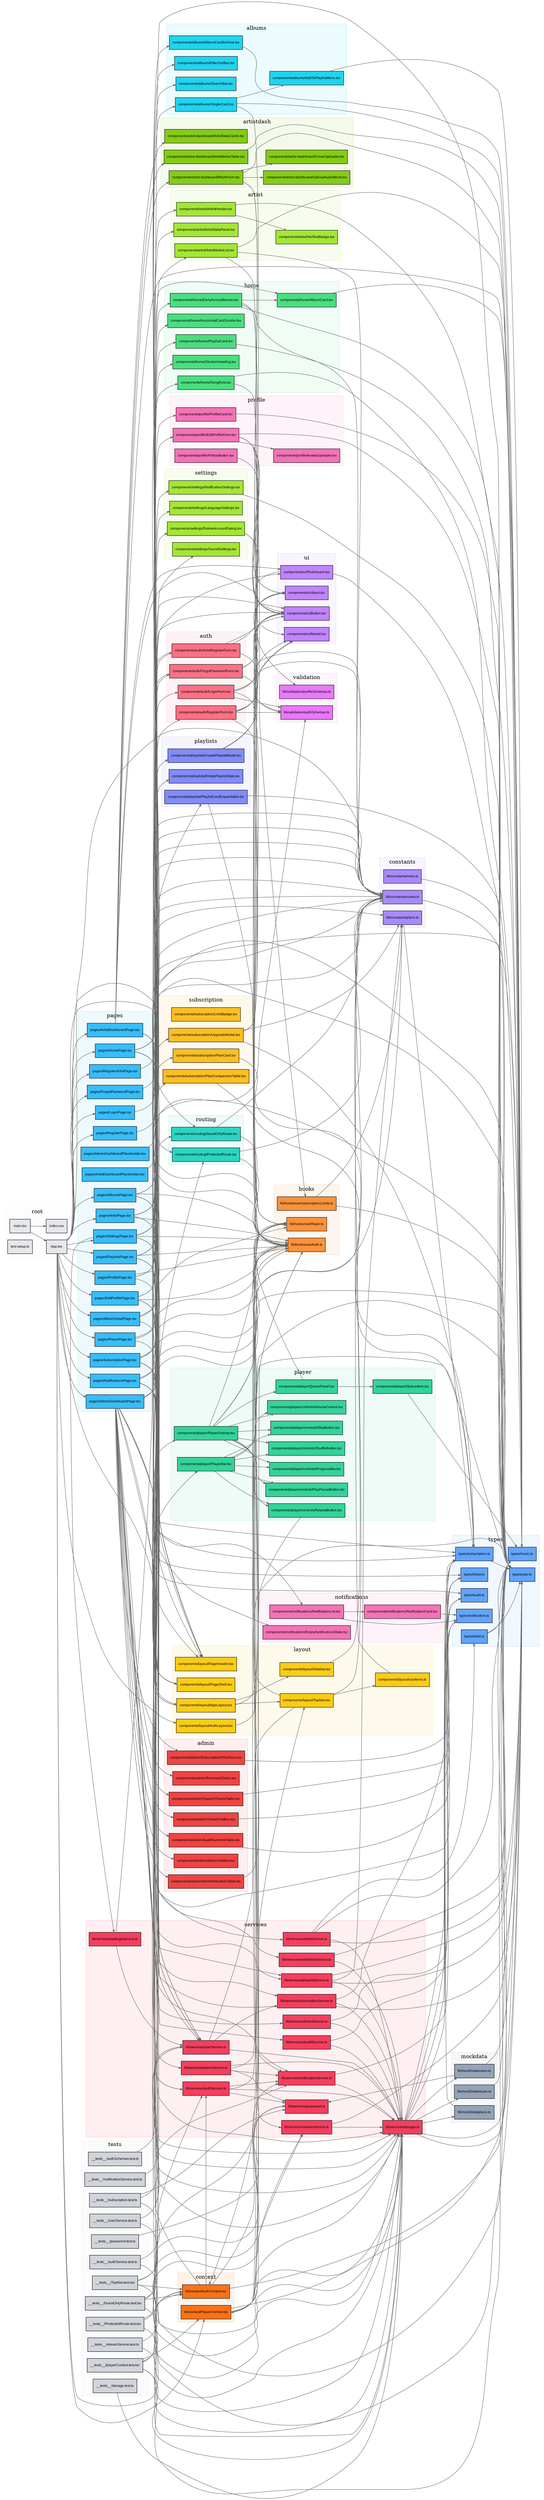
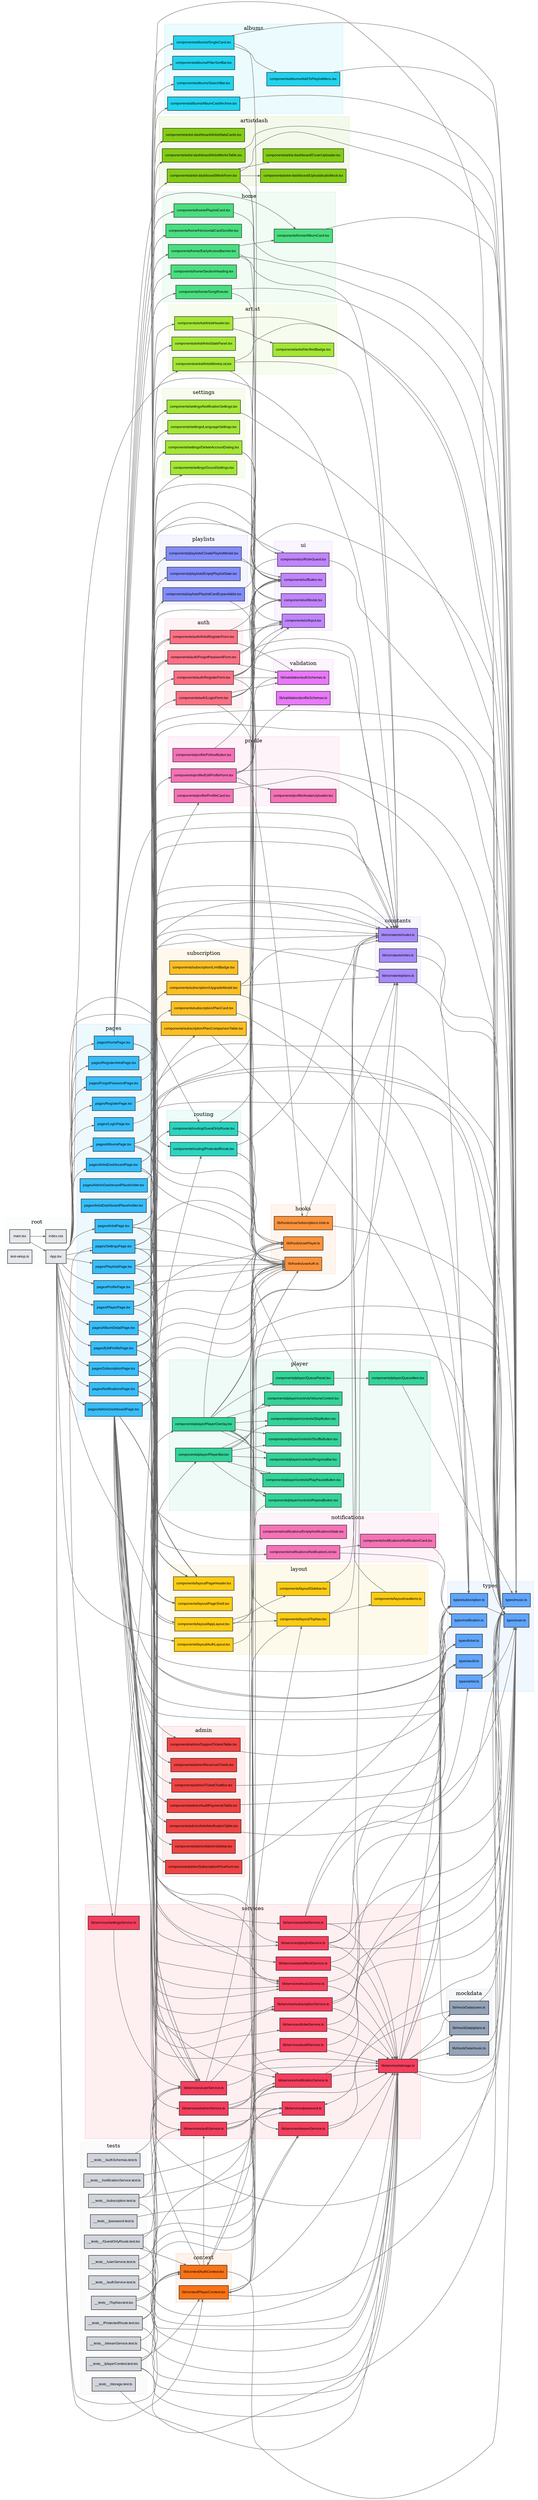
digraph G {
  rankdir=LR;
  node [shape=box, style=filled, fontname="Arial", fontsize=9];
  edge [color="#666666", arrowsize=0.6];
  compound=true;

  subgraph cluster_root {
    label="root";
    style=filled;
    color="#e5e7eb40";
    fillcolor="#e5e7eb15";
    "App.tsx" [fillcolor="#e5e7eb"];
    "index.css" [fillcolor="#e5e7eb"];
    "main.tsx" [fillcolor="#e5e7eb"];
    "test-setup.ts" [fillcolor="#e5e7eb"];
  }

  subgraph cluster_tests {
    label="tests";
    style=filled;
    color="#d1d5db40";
    fillcolor="#d1d5db15";
    "__tests__/GuestOnlyRoute.test.tsx" [fillcolor="#d1d5db"];
    "__tests__/ProtectedRoute.test.tsx" [fillcolor="#d1d5db"];
    "__tests__/TopNav.test.tsx" [fillcolor="#d1d5db"];
    "__tests__/authSchemas.test.ts" [fillcolor="#d1d5db"];
    "__tests__/authService.test.ts" [fillcolor="#d1d5db"];
    "__tests__/notificationService.test.ts" [fillcolor="#d1d5db"];
    "__tests__/password.test.ts" [fillcolor="#d1d5db"];
    "__tests__/playerContext.test.tsx" [fillcolor="#d1d5db"];
    "__tests__/storage.test.ts" [fillcolor="#d1d5db"];
    "__tests__/streamService.test.ts" [fillcolor="#d1d5db"];
    "__tests__/subscription.test.ts" [fillcolor="#d1d5db"];
    "__tests__/userService.test.ts" [fillcolor="#d1d5db"];
  }

  subgraph cluster_admin {
    label="admin";
    style=filled;
    color="#ef444440";
    fillcolor="#ef444415";
    "components/admin/AdminSidebar.tsx" [fillcolor="#ef4444"];
    "components/admin/ArtistVerificationTable.tsx" [fillcolor="#ef4444"];
    "components/admin/AuditPaymentsTable.tsx" [fillcolor="#ef4444"];
    "components/admin/RevenueCharts.tsx" [fillcolor="#ef4444"];
    "components/admin/SubscriptionPriceForm.tsx" [fillcolor="#ef4444"];
    "components/admin/SupportTicketsTable.tsx" [fillcolor="#ef4444"];
    "components/admin/TicketChatBox.tsx" [fillcolor="#ef4444"];
  }

  subgraph cluster_albums {
    label="albums";
    style=filled;
    color="#22d3ee40";
    fillcolor="#22d3ee15";
    "components/albums/AddToPlaylistMenu.tsx" [fillcolor="#22d3ee"];
    "components/albums/AlbumCardArchive.tsx" [fillcolor="#22d3ee"];
    "components/albums/FilterSortBar.tsx" [fillcolor="#22d3ee"];
    "components/albums/SearchBar.tsx" [fillcolor="#22d3ee"];
    "components/albums/SingleCard.tsx" [fillcolor="#22d3ee"];
  }

  subgraph cluster_artistdash {
    label="artistdash";
    style=filled;
    color="#84cc1640";
    fillcolor="#84cc1615";
    "components/artist-dashboard/ArtistStatsCards.tsx" [fillcolor="#84cc16"];
    "components/artist-dashboard/ArtistWorksTable.tsx" [fillcolor="#84cc16"];
    "components/artist-dashboard/CoverUploader.tsx" [fillcolor="#84cc16"];
    "components/artist-dashboard/UploadAudioMock.tsx" [fillcolor="#84cc16"];
    "components/artist-dashboard/WorkForm.tsx" [fillcolor="#84cc16"];
  }

  subgraph cluster_artist {
    label="artist";
    style=filled;
    color="#a3e63540";
    fillcolor="#a3e63515";
    "components/artist/ArtistHeader.tsx" [fillcolor="#a3e635"];
    "components/artist/ArtistStatsPanel.tsx" [fillcolor="#a3e635"];
    "components/artist/ArtistWorksList.tsx" [fillcolor="#a3e635"];
    "components/artist/VerifiedBadge.tsx" [fillcolor="#a3e635"];
  }

  subgraph cluster_auth {
    label="auth";
    style=filled;
    color="#fb718540";
    fillcolor="#fb718515";
    "components/auth/ArtistRegisterForm.tsx" [fillcolor="#fb7185"];
    "components/auth/ForgotPasswordForm.tsx" [fillcolor="#fb7185"];
    "components/auth/LoginForm.tsx" [fillcolor="#fb7185"];
    "components/auth/RegisterForm.tsx" [fillcolor="#fb7185"];
  }

  subgraph cluster_home {
    label="home";
    style=filled;
    color="#4ade8040";
    fillcolor="#4ade8015";
    "components/home/AlbumCard.tsx" [fillcolor="#4ade80"];
    "components/home/EarlyAccessBanner.tsx" [fillcolor="#4ade80"];
    "components/home/HorizontalCardScroller.tsx" [fillcolor="#4ade80"];
    "components/home/PlaylistCard.tsx" [fillcolor="#4ade80"];
    "components/home/SectionHeading.tsx" [fillcolor="#4ade80"];
    "components/home/SongRow.tsx" [fillcolor="#4ade80"];
  }

  subgraph cluster_layout {
    label="layout";
    style=filled;
    color="#facc1540";
    fillcolor="#facc1515";
    "components/layout/AppLayout.tsx" [fillcolor="#facc15"];
    "components/layout/AuthLayout.tsx" [fillcolor="#facc15"];
    "components/layout/PageHeader.tsx" [fillcolor="#facc15"];
    "components/layout/PageShell.tsx" [fillcolor="#facc15"];
    "components/layout/Sidebar.tsx" [fillcolor="#facc15"];
    "components/layout/TopNav.tsx" [fillcolor="#facc15"];
    "components/layout/navItems.ts" [fillcolor="#facc15"];
  }

  subgraph cluster_notifications {
    label="notifications";
    style=filled;
    color="#f472b640";
    fillcolor="#f472b615";
    "components/notifications/EmptyNotificationsState.tsx" [fillcolor="#f472b6"];
    "components/notifications/NotificationCard.tsx" [fillcolor="#f472b6"];
    "components/notifications/NotificationList.tsx" [fillcolor="#f472b6"];
  }

  subgraph cluster_player {
    label="player";
    style=filled;
    color="#34d39940";
    fillcolor="#34d39915";
    "components/player/PlayerBar.tsx" [fillcolor="#34d399"];
    "components/player/PlayerOverlay.tsx" [fillcolor="#34d399"];
    "components/player/QueueItem.tsx" [fillcolor="#34d399"];
    "components/player/QueuePanel.tsx" [fillcolor="#34d399"];
    "components/player/controls/PlayPauseButton.tsx" [fillcolor="#34d399"];
    "components/player/controls/ProgressBar.tsx" [fillcolor="#34d399"];
    "components/player/controls/RepeatButton.tsx" [fillcolor="#34d399"];
    "components/player/controls/ShuffleButton.tsx" [fillcolor="#34d399"];
    "components/player/controls/SkipButton.tsx" [fillcolor="#34d399"];
    "components/player/controls/VolumeControl.tsx" [fillcolor="#34d399"];
  }

  subgraph cluster_playlists {
    label="playlists";
    style=filled;
    color="#818cf840";
    fillcolor="#818cf815";
    "components/playlists/CreatePlaylistModal.tsx" [fillcolor="#818cf8"];
    "components/playlists/EmptyPlaylistState.tsx" [fillcolor="#818cf8"];
    "components/playlists/PlaylistCardExpandable.tsx" [fillcolor="#818cf8"];
  }

  subgraph cluster_profile {
    label="profile";
    style=filled;
    color="#f472b640";
    fillcolor="#f472b615";
    "components/profile/AvatarUploader.tsx" [fillcolor="#f472b6"];
    "components/profile/EditProfileForm.tsx" [fillcolor="#f472b6"];
    "components/profile/FollowButton.tsx" [fillcolor="#f472b6"];
    "components/profile/ProfileCard.tsx" [fillcolor="#f472b6"];
  }

  subgraph cluster_routing {
    label="routing";
    style=filled;
    color="#2dd4bf40";
    fillcolor="#2dd4bf15";
    "components/routing/GuestOnlyRoute.tsx" [fillcolor="#2dd4bf"];
    "components/routing/ProtectedRoute.tsx" [fillcolor="#2dd4bf"];
  }

  subgraph cluster_settings {
    label="settings";
    style=filled;
    color="#a3e63540";
    fillcolor="#a3e63515";
    "components/settings/DeleteAccountDialog.tsx" [fillcolor="#a3e635"];
    "components/settings/LanguageSettings.tsx" [fillcolor="#a3e635"];
    "components/settings/NotificationSettings.tsx" [fillcolor="#a3e635"];
    "components/settings/SoundSettings.tsx" [fillcolor="#a3e635"];
  }

  subgraph cluster_subscription {
    label="subscription";
    style=filled;
    color="#fbbf2440";
    fillcolor="#fbbf2415";
    "components/subscription/LimitBadge.tsx" [fillcolor="#fbbf24"];
    "components/subscription/PlanCard.tsx" [fillcolor="#fbbf24"];
    "components/subscription/PlanComparisonTable.tsx" [fillcolor="#fbbf24"];
    "components/subscription/UpgradeModal.tsx" [fillcolor="#fbbf24"];
  }

  subgraph cluster_ui {
    label="ui";
    style=filled;
    color="#c084fc40";
    fillcolor="#c084fc15";
    "components/ui/Button.tsx" [fillcolor="#c084fc"];
    "components/ui/Input.tsx" [fillcolor="#c084fc"];
    "components/ui/Modal.tsx" [fillcolor="#c084fc"];
    "components/ui/RoleGuard.tsx" [fillcolor="#c084fc"];
  }

  subgraph cluster_constants {
    label="constants";
    style=filled;
    color="#a78bfa40";
    fillcolor="#a78bfa15";
    "lib/constants/plans.ts" [fillcolor="#a78bfa"];
    "lib/constants/roles.ts" [fillcolor="#a78bfa"];
    "lib/constants/routes.ts" [fillcolor="#a78bfa"];
  }

  subgraph cluster_context {
    label="context";
    style=filled;
    color="#f9731640";
    fillcolor="#f9731615";
    "lib/context/AuthContext.tsx" [fillcolor="#f97316"];
    "lib/context/PlayerContext.tsx" [fillcolor="#f97316"];
  }

  subgraph cluster_hooks {
    label="hooks";
    style=filled;
    color="#fb923c40";
    fillcolor="#fb923c15";
    "lib/hooks/useAuth.ts" [fillcolor="#fb923c"];
    "lib/hooks/usePlayer.ts" [fillcolor="#fb923c"];
    "lib/hooks/useSubscriptionLimits.ts" [fillcolor="#fb923c"];
  }

  subgraph cluster_mockdata {
    label="mockdata";
    style=filled;
    color="#94a3b840";
    fillcolor="#94a3b815";
    "lib/mockData/music.ts" [fillcolor="#94a3b8"];
    "lib/mockData/plans.ts" [fillcolor="#94a3b8"];
    "lib/mockData/users.ts" [fillcolor="#94a3b8"];
  }

  subgraph cluster_services {
    label="services";
    style=filled;
    color="#f43f5e40";
    fillcolor="#f43f5e15";
    "lib/services/adminService.ts" [fillcolor="#f43f5e"];
    "lib/services/artistService.ts" [fillcolor="#f43f5e"];
    "lib/services/artistWorkService.ts" [fillcolor="#f43f5e"];
    "lib/services/auditService.ts" [fillcolor="#f43f5e"];
    "lib/services/authService.ts" [fillcolor="#f43f5e"];
+     "lib/services/musicService.ts" [fillcolor="#f43f5e"];
    "lib/services/notificationService.ts" [fillcolor="#f43f5e"];
    "lib/services/password.ts" [fillcolor="#f43f5e"];
    "lib/services/playlistService.ts" [fillcolor="#f43f5e"];
    "lib/services/settingsService.ts" [fillcolor="#f43f5e"];
    "lib/services/storage.ts" [fillcolor="#f43f5e"];
    "lib/services/streamService.ts" [fillcolor="#f43f5e"];
    "lib/services/subscriptionService.ts" [fillcolor="#f43f5e"];
    "lib/services/ticketService.ts" [fillcolor="#f43f5e"];
    "lib/services/userService.ts" [fillcolor="#f43f5e"];
  }

  subgraph cluster_validation {
    label="validation";
    style=filled;
    color="#e879f940";
    fillcolor="#e879f915";
    "lib/validation/authSchemas.ts" [fillcolor="#e879f9"];
    "lib/validation/profileSchemas.ts" [fillcolor="#e879f9"];
  }

  subgraph cluster_pages {
    label="pages";
    style=filled;
    color="#38bdf840";
    fillcolor="#38bdf815";
    "pages/AdminDashboardPage.tsx" [fillcolor="#38bdf8"];
    "pages/AdminDashboardPlaceholder.tsx" [fillcolor="#38bdf8"];
    "pages/AlbumDetailPage.tsx" [fillcolor="#38bdf8"];
    "pages/AlbumsPage.tsx" [fillcolor="#38bdf8"];
    "pages/ArtistDashboardPage.tsx" [fillcolor="#38bdf8"];
    "pages/ArtistDashboardPlaceholder.tsx" [fillcolor="#38bdf8"];
    "pages/ArtistPage.tsx" [fillcolor="#38bdf8"];
    "pages/EditProfilePage.tsx" [fillcolor="#38bdf8"];
    "pages/ForgotPasswordPage.tsx" [fillcolor="#38bdf8"];
    "pages/HomePage.tsx" [fillcolor="#38bdf8"];
    "pages/LoginPage.tsx" [fillcolor="#38bdf8"];
    "pages/NotificationsPage.tsx" [fillcolor="#38bdf8"];
    "pages/PlayerPage.tsx" [fillcolor="#38bdf8"];
    "pages/PlaylistsPage.tsx" [fillcolor="#38bdf8"];
    "pages/ProfilePage.tsx" [fillcolor="#38bdf8"];
    "pages/RegisterArtistPage.tsx" [fillcolor="#38bdf8"];
    "pages/RegisterPage.tsx" [fillcolor="#38bdf8"];
    "pages/SettingsPage.tsx" [fillcolor="#38bdf8"];
    "pages/SubscriptionPage.tsx" [fillcolor="#38bdf8"];
  }

  subgraph cluster_types {
    label="types";
    style=filled;
    color="#60a5fa40";
    fillcolor="#60a5fa15";
    "types/artist.ts" [fillcolor="#60a5fa"];
    "types/audit.ts" [fillcolor="#60a5fa"];
    "types/music.ts" [fillcolor="#60a5fa"];
    "types/notification.ts" [fillcolor="#60a5fa"];
    "types/subscription.ts" [fillcolor="#60a5fa"];
    "types/ticket.ts" [fillcolor="#60a5fa"];
    "types/user.ts" [fillcolor="#60a5fa"];
  }

  "App.tsx" -> "components/layout/AppLayout.tsx";
  "App.tsx" -> "components/layout/AuthLayout.tsx";
  "App.tsx" -> "components/routing/GuestOnlyRoute.tsx";
  "App.tsx" -> "components/routing/ProtectedRoute.tsx";
  "App.tsx" -> "lib/constants/routes.ts";
  "App.tsx" -> "lib/context/AuthContext.tsx";
  "App.tsx" -> "lib/context/PlayerContext.tsx";
  "App.tsx" -> "pages/AdminDashboardPage.tsx";
  "App.tsx" -> "pages/AlbumDetailPage.tsx";
  "App.tsx" -> "pages/AlbumsPage.tsx";
  "App.tsx" -> "pages/ArtistDashboardPage.tsx";
  "App.tsx" -> "pages/ArtistPage.tsx";
  "App.tsx" -> "pages/EditProfilePage.tsx";
  "App.tsx" -> "pages/ForgotPasswordPage.tsx";
  "App.tsx" -> "pages/HomePage.tsx";
  "App.tsx" -> "pages/LoginPage.tsx";
  "App.tsx" -> "pages/NotificationsPage.tsx";
  "App.tsx" -> "pages/PlayerPage.tsx";
  "App.tsx" -> "pages/PlaylistsPage.tsx";
  "App.tsx" -> "pages/ProfilePage.tsx";
  "App.tsx" -> "pages/RegisterArtistPage.tsx";
  "App.tsx" -> "pages/RegisterPage.tsx";
  "App.tsx" -> "pages/SettingsPage.tsx";
  "App.tsx" -> "pages/SubscriptionPage.tsx";
  "__tests__/GuestOnlyRoute.test.tsx" -> "components/routing/GuestOnlyRoute.tsx";
  "__tests__/GuestOnlyRoute.test.tsx" -> "lib/context/AuthContext.tsx";
  "__tests__/GuestOnlyRoute.test.tsx" -> "lib/services/password.ts";
  "__tests__/GuestOnlyRoute.test.tsx" -> "lib/services/storage.ts";
  "__tests__/ProtectedRoute.test.tsx" -> "components/routing/ProtectedRoute.tsx";
  "__tests__/ProtectedRoute.test.tsx" -> "lib/context/AuthContext.tsx";
  "__tests__/ProtectedRoute.test.tsx" -> "lib/services/storage.ts";
  "__tests__/TopNav.test.tsx" -> "components/layout/TopNav.tsx";
  "__tests__/TopNav.test.tsx" -> "lib/context/AuthContext.tsx";
  "__tests__/TopNav.test.tsx" -> "lib/services/password.ts";
  "__tests__/TopNav.test.tsx" -> "lib/services/storage.ts";
  "__tests__/authSchemas.test.ts" -> "lib/validation/authSchemas.ts";
  "__tests__/authService.test.ts" -> "lib/services/authService.ts";
  "__tests__/authService.test.ts" -> "lib/services/storage.ts";
  "__tests__/notificationService.test.ts" -> "lib/services/notificationService.ts";
  "__tests__/password.test.ts" -> "lib/services/password.ts";
  "__tests__/playerContext.test.tsx" -> "lib/context/AuthContext.tsx";
  "__tests__/playerContext.test.tsx" -> "lib/context/PlayerContext.tsx";
  "__tests__/playerContext.test.tsx" -> "lib/hooks/useAuth.ts";
  "__tests__/playerContext.test.tsx" -> "lib/services/storage.ts";
  "__tests__/playerContext.test.tsx" -> "types/music.ts";
  "__tests__/storage.test.ts" -> "lib/services/storage.ts";
  "__tests__/streamService.test.ts" -> "lib/services/storage.ts";
  "__tests__/streamService.test.ts" -> "lib/services/streamService.ts";
  "__tests__/subscription.test.ts" -> "lib/services/password.ts";
  "__tests__/subscription.test.ts" -> "lib/services/storage.ts";
  "__tests__/subscription.test.ts" -> "lib/services/userService.ts";
  "__tests__/userService.test.ts" -> "lib/services/storage.ts";
  "__tests__/userService.test.ts" -> "lib/services/userService.ts";
  "components/admin/ArtistVerificationTable.tsx" -> "types/user.ts";
  "components/admin/AuditPaymentsTable.tsx" -> "types/audit.ts";
  "components/admin/SubscriptionPriceForm.tsx" -> "types/subscription.ts";
  "components/admin/SupportTicketsTable.tsx" -> "types/ticket.ts";
  "components/admin/TicketChatBox.tsx" -> "types/ticket.ts";
  "components/albums/AddToPlaylistMenu.tsx" -> "types/music.ts";
  "components/albums/AlbumCardArchive.tsx" -> "types/music.ts";
  "components/albums/SingleCard.tsx" -> "components/albums/AddToPlaylistMenu.tsx";
  "components/albums/SingleCard.tsx" -> "lib/hooks/usePlayer.ts";
  "components/albums/SingleCard.tsx" -> "types/music.ts";
  "components/artist-dashboard/ArtistWorksTable.tsx" -> "types/music.ts";
  "components/artist-dashboard/WorkForm.tsx" -> "components/artist-dashboard/CoverUploader.tsx";
  "components/artist-dashboard/WorkForm.tsx" -> "components/artist-dashboard/UploadAudioMock.tsx";
  "components/artist-dashboard/WorkForm.tsx" -> "components/ui/Button.tsx";
  "components/artist-dashboard/WorkForm.tsx" -> "components/ui/Input.tsx";
  "components/artist-dashboard/WorkForm.tsx" -> "types/music.ts";
  "components/artist/ArtistHeader.tsx" -> "components/artist/VerifiedBadge.tsx";
  "components/artist/ArtistHeader.tsx" -> "types/user.ts";
  "components/artist/ArtistWorksList.tsx" -> "lib/constants/routes.ts";
  "components/artist/ArtistWorksList.tsx" -> "lib/hooks/usePlayer.ts";
  "components/artist/ArtistWorksList.tsx" -> "types/music.ts";
  "components/auth/ArtistRegisterForm.tsx" -> "components/ui/Button.tsx";
  "components/auth/ArtistRegisterForm.tsx" -> "components/ui/Input.tsx";
  "components/auth/ArtistRegisterForm.tsx" -> "lib/services/authService.ts";
  "components/auth/ArtistRegisterForm.tsx" -> "lib/validation/authSchemas.ts";
  "components/auth/ForgotPasswordForm.tsx" -> "components/ui/Button.tsx";
  "components/auth/ForgotPasswordForm.tsx" -> "components/ui/Input.tsx";
  "components/auth/ForgotPasswordForm.tsx" -> "lib/services/authService.ts";
  "components/auth/ForgotPasswordForm.tsx" -> "lib/validation/authSchemas.ts";
  "components/auth/LoginForm.tsx" -> "components/ui/Button.tsx";
  "components/auth/LoginForm.tsx" -> "components/ui/Input.tsx";
  "components/auth/LoginForm.tsx" -> "lib/constants/routes.ts";
  "components/auth/LoginForm.tsx" -> "lib/hooks/useAuth.ts";
  "components/auth/LoginForm.tsx" -> "lib/validation/authSchemas.ts";
  "components/auth/RegisterForm.tsx" -> "components/ui/Button.tsx";
  "components/auth/RegisterForm.tsx" -> "components/ui/Input.tsx";
  "components/auth/RegisterForm.tsx" -> "components/ui/Modal.tsx";
  "components/auth/RegisterForm.tsx" -> "lib/constants/routes.ts";
  "components/auth/RegisterForm.tsx" -> "lib/hooks/useAuth.ts";
  "components/auth/RegisterForm.tsx" -> "lib/validation/authSchemas.ts";
  "components/home/AlbumCard.tsx" -> "types/music.ts";
  "components/home/EarlyAccessBanner.tsx" -> "components/home/AlbumCard.tsx";
  "components/home/EarlyAccessBanner.tsx" -> "lib/constants/routes.ts";
  "components/home/EarlyAccessBanner.tsx" -> "lib/hooks/useAuth.ts";
  "components/home/EarlyAccessBanner.tsx" -> "types/music.ts";
  "components/home/PlaylistCard.tsx" -> "types/music.ts";
  "components/home/SongRow.tsx" -> "lib/hooks/usePlayer.ts";
  "components/home/SongRow.tsx" -> "types/music.ts";
  "components/layout/AppLayout.tsx" -> "components/layout/Sidebar.tsx";
  "components/layout/AppLayout.tsx" -> "components/layout/TopNav.tsx";
  "components/layout/AppLayout.tsx" -> "components/player/PlayerBar.tsx";
  "components/layout/AppLayout.tsx" -> "components/player/PlayerOverlay.tsx";
  "components/layout/AppLayout.tsx" -> "lib/hooks/useAuth.ts";
  "components/layout/AppLayout.tsx" -> "lib/hooks/usePlayer.ts";
  "components/layout/AuthLayout.tsx" -> "lib/constants/routes.ts";
  "components/layout/Sidebar.tsx" -> "lib/constants/routes.ts";
  "components/layout/TopNav.tsx" -> "components/layout/navItems.ts";
  "components/layout/TopNav.tsx" -> "lib/constants/routes.ts";
  "components/layout/TopNav.tsx" -> "lib/hooks/useAuth.ts";
  "components/layout/TopNav.tsx" -> "lib/services/notificationService.ts";
  "components/layout/navItems.ts" -> "lib/constants/routes.ts";
  "components/notifications/NotificationCard.tsx" -> "types/notification.ts";
  "components/notifications/NotificationList.tsx" -> "components/notifications/NotificationCard.tsx";
  "components/notifications/NotificationList.tsx" -> "types/notification.ts";
  "components/player/PlayerBar.tsx" -> "components/player/controls/PlayPauseButton.tsx";
  "components/player/PlayerBar.tsx" -> "components/player/controls/ProgressBar.tsx";
  "components/player/PlayerBar.tsx" -> "components/player/controls/RepeatButton.tsx";
  "components/player/PlayerBar.tsx" -> "components/player/controls/ShuffleButton.tsx";
  "components/player/PlayerBar.tsx" -> "components/player/controls/SkipButton.tsx";
  "components/player/PlayerBar.tsx" -> "components/player/controls/VolumeControl.tsx";
  "components/player/PlayerBar.tsx" -> "lib/hooks/usePlayer.ts";
  "components/player/PlayerOverlay.tsx" -> "components/player/QueuePanel.tsx";
  "components/player/PlayerOverlay.tsx" -> "components/player/controls/PlayPauseButton.tsx";
  "components/player/PlayerOverlay.tsx" -> "components/player/controls/ProgressBar.tsx";
  "components/player/PlayerOverlay.tsx" -> "components/player/controls/RepeatButton.tsx";
  "components/player/PlayerOverlay.tsx" -> "components/player/controls/ShuffleButton.tsx";
  "components/player/PlayerOverlay.tsx" -> "components/player/controls/SkipButton.tsx";
  "components/player/PlayerOverlay.tsx" -> "components/player/controls/VolumeControl.tsx";
  "components/player/PlayerOverlay.tsx" -> "lib/constants/plans.ts";
  "components/player/PlayerOverlay.tsx" -> "lib/hooks/useAuth.ts";
  "components/player/PlayerOverlay.tsx" -> "lib/hooks/usePlayer.ts";
  "components/player/PlayerOverlay.tsx" -> "lib/services/streamService.ts";
  "components/player/QueueItem.tsx" -> "types/music.ts";
  "components/player/QueuePanel.tsx" -> "components/player/QueueItem.tsx";
  "components/player/QueuePanel.tsx" -> "lib/hooks/usePlayer.ts";
  "components/player/controls/RepeatButton.tsx" -> "lib/context/PlayerContext.tsx";
  "components/playlists/CreatePlaylistModal.tsx" -> "components/ui/Button.tsx";
  "components/playlists/CreatePlaylistModal.tsx" -> "components/ui/Modal.tsx";
  "components/playlists/PlaylistCardExpandable.tsx" -> "lib/hooks/usePlayer.ts";
  "components/playlists/PlaylistCardExpandable.tsx" -> "types/music.ts";
  "components/profile/EditProfileForm.tsx" -> "components/profile/AvatarUploader.tsx";
  "components/profile/EditProfileForm.tsx" -> "components/ui/Button.tsx";
  "components/profile/EditProfileForm.tsx" -> "components/ui/Input.tsx";
  "components/profile/EditProfileForm.tsx" -> "lib/hooks/useSubscriptionLimits.ts";
  "components/profile/EditProfileForm.tsx" -> "lib/validation/profileSchemas.ts";
  "components/profile/EditProfileForm.tsx" -> "types/user.ts";
  "components/profile/FollowButton.tsx" -> "components/ui/Button.tsx";
  "components/profile/ProfileCard.tsx" -> "types/user.ts";
  "components/routing/GuestOnlyRoute.tsx" -> "lib/constants/routes.ts";
  "components/routing/GuestOnlyRoute.tsx" -> "lib/hooks/useAuth.ts";
  "components/routing/ProtectedRoute.tsx" -> "lib/constants/routes.ts";
  "components/routing/ProtectedRoute.tsx" -> "lib/hooks/useAuth.ts";
  "components/settings/DeleteAccountDialog.tsx" -> "components/ui/Button.tsx";
  "components/settings/DeleteAccountDialog.tsx" -> "components/ui/Modal.tsx";
  "components/settings/NotificationSettings.tsx" -> "types/user.ts";
  "components/subscription/PlanCard.tsx" -> "types/subscription.ts";
  "components/subscription/PlanComparisonTable.tsx" -> "types/subscription.ts";
  "components/subscription/UpgradeModal.tsx" -> "components/ui/Button.tsx";
  "components/subscription/UpgradeModal.tsx" -> "components/ui/Modal.tsx";
  "components/subscription/UpgradeModal.tsx" -> "lib/constants/plans.ts";
  "components/subscription/UpgradeModal.tsx" -> "types/subscription.ts";
  "components/ui/RoleGuard.tsx" -> "lib/hooks/useAuth.ts";
  "components/ui/RoleGuard.tsx" -> "types/user.ts";
  "lib/constants/plans.ts" -> "types/subscription.ts";
  "lib/constants/roles.ts" -> "types/user.ts";
  "lib/constants/routes.ts" -> "types/user.ts";
  "lib/context/AuthContext.tsx" -> "lib/services/authService.ts";
  "lib/context/AuthContext.tsx" -> "lib/services/notificationService.ts";
  "lib/context/AuthContext.tsx" -> "lib/services/userService.ts";
  "lib/context/AuthContext.tsx" -> "types/user.ts";
  "lib/context/PlayerContext.tsx" -> "lib/hooks/useAuth.ts";
  "lib/context/PlayerContext.tsx" -> "lib/services/storage.ts";
  "lib/context/PlayerContext.tsx" -> "lib/services/streamService.ts";
  "lib/context/PlayerContext.tsx" -> "types/music.ts";
  "lib/hooks/useAuth.ts" -> "lib/context/AuthContext.tsx";
  "lib/hooks/usePlayer.ts" -> "lib/context/PlayerContext.tsx";
  "lib/hooks/useSubscriptionLimits.ts" -> "lib/constants/plans.ts";
  "lib/hooks/useSubscriptionLimits.ts" -> "types/user.ts";
  "lib/mockData/music.ts" -> "types/music.ts";
  "lib/mockData/plans.ts" -> "types/subscription.ts";
  "lib/mockData/users.ts" -> "lib/services/password.ts";
  "lib/mockData/users.ts" -> "types/user.ts";
  "lib/services/adminService.ts" -> "lib/services/notificationService.ts";
  "lib/services/adminService.ts" -> "lib/services/password.ts";
  "lib/services/adminService.ts" -> "lib/services/storage.ts";
  "lib/services/adminService.ts" -> "types/user.ts";
  "lib/services/artistService.ts" -> "lib/services/storage.ts";
  "lib/services/artistService.ts" -> "types/artist.ts";
  "lib/services/artistService.ts" -> "types/music.ts";
  "lib/services/artistService.ts" -> "types/user.ts";
  "lib/services/artistWorkService.ts" -> "lib/services/storage.ts";
  "lib/services/artistWorkService.ts" -> "types/music.ts";
  "lib/services/auditService.ts" -> "lib/services/storage.ts";
  "lib/services/auditService.ts" -> "types/audit.ts";
  "lib/services/authService.ts" -> "lib/services/notificationService.ts";
  "lib/services/authService.ts" -> "lib/services/password.ts";
  "lib/services/authService.ts" -> "lib/services/storage.ts";
  "lib/services/authService.ts" -> "types/user.ts";
+   "lib/services/musicService.ts" -> "lib/services/storage.ts";
+   "lib/services/musicService.ts" -> "types/music.ts";
  "lib/services/notificationService.ts" -> "lib/services/storage.ts";
  "lib/services/notificationService.ts" -> "types/notification.ts";
  "lib/services/playlistService.ts" -> "lib/constants/plans.ts";
  "lib/services/playlistService.ts" -> "lib/services/storage.ts";
  "lib/services/playlistService.ts" -> "types/music.ts";
  "lib/services/playlistService.ts" -> "types/user.ts";
  "lib/services/settingsService.ts" -> "lib/services/userService.ts";
  "lib/services/settingsService.ts" -> "types/user.ts";
  "lib/services/storage.ts" -> "lib/mockData/music.ts";
  "lib/services/storage.ts" -> "lib/mockData/plans.ts";
  "lib/services/storage.ts" -> "lib/mockData/users.ts";
  "lib/services/storage.ts" -> "types/audit.ts";
  "lib/services/storage.ts" -> "types/music.ts";
  "lib/services/storage.ts" -> "types/notification.ts";
  "lib/services/storage.ts" -> "types/subscription.ts";
  "lib/services/storage.ts" -> "types/ticket.ts";
  "lib/services/storage.ts" -> "types/user.ts";
  "lib/services/streamService.ts" -> "lib/services/storage.ts";
  "lib/services/streamService.ts" -> "types/user.ts";
  "lib/services/subscriptionService.ts" -> "lib/services/storage.ts";
  "lib/services/subscriptionService.ts" -> "types/subscription.ts";
  "lib/services/subscriptionService.ts" -> "types/user.ts";
  "lib/services/ticketService.ts" -> "lib/services/storage.ts";
  "lib/services/ticketService.ts" -> "types/ticket.ts";
  "lib/services/userService.ts" -> "lib/services/storage.ts";
  "lib/services/userService.ts" -> "lib/services/subscriptionService.ts";
  "lib/services/userService.ts" -> "types/user.ts";
  "main.tsx" -> "App.tsx";
  "main.tsx" -> "index.css";
  "pages/AdminDashboardPage.tsx" -> "components/admin/AdminSidebar.tsx";
  "pages/AdminDashboardPage.tsx" -> "components/admin/ArtistVerificationTable.tsx";
  "pages/AdminDashboardPage.tsx" -> "components/admin/AuditPaymentsTable.tsx";
  "pages/AdminDashboardPage.tsx" -> "components/admin/RevenueCharts.tsx";
  "pages/AdminDashboardPage.tsx" -> "components/admin/SubscriptionPriceForm.tsx";
  "pages/AdminDashboardPage.tsx" -> "components/admin/SupportTicketsTable.tsx";
  "pages/AdminDashboardPage.tsx" -> "components/admin/TicketChatBox.tsx";
  "pages/AdminDashboardPage.tsx" -> "components/layout/PageHeader.tsx";
  "pages/AdminDashboardPage.tsx" -> "components/layout/PageShell.tsx";
  "pages/AdminDashboardPage.tsx" -> "components/ui/RoleGuard.tsx";
  "pages/AdminDashboardPage.tsx" -> "lib/hooks/useAuth.ts";
  "pages/AdminDashboardPage.tsx" -> "lib/services/adminService.ts";
  "pages/AdminDashboardPage.tsx" -> "lib/services/auditService.ts";
  "pages/AdminDashboardPage.tsx" -> "lib/services/subscriptionService.ts";
  "pages/AdminDashboardPage.tsx" -> "lib/services/ticketService.ts";
  "pages/AdminDashboardPage.tsx" -> "types/audit.ts";
  "pages/AdminDashboardPage.tsx" -> "types/subscription.ts";
  "pages/AdminDashboardPage.tsx" -> "types/ticket.ts";
  "pages/AdminDashboardPage.tsx" -> "types/user.ts";
  "pages/AdminDashboardPlaceholder.tsx" -> "lib/constants/routes.ts";
  "pages/AlbumDetailPage.tsx" -> "lib/constants/routes.ts";
  "pages/AlbumDetailPage.tsx" -> "lib/hooks/usePlayer.ts";
-   "pages/AlbumDetailPage.tsx" -> "lib/services/storage.ts";
+   "pages/AlbumDetailPage.tsx" -> "lib/services/musicService.ts";
  "pages/AlbumsPage.tsx" -> "components/albums/AlbumCardArchive.tsx";
  "pages/AlbumsPage.tsx" -> "components/albums/FilterSortBar.tsx";
  "pages/AlbumsPage.tsx" -> "components/albums/SearchBar.tsx";
  "pages/AlbumsPage.tsx" -> "components/albums/SingleCard.tsx";
  "pages/AlbumsPage.tsx" -> "components/layout/PageHeader.tsx";
  "pages/AlbumsPage.tsx" -> "lib/hooks/useAuth.ts";
+   "pages/AlbumsPage.tsx" -> "lib/services/musicService.ts";
  "pages/AlbumsPage.tsx" -> "lib/services/playlistService.ts";
-   "pages/AlbumsPage.tsx" -> "lib/services/storage.ts";
  "pages/AlbumsPage.tsx" -> "types/music.ts";
  "pages/ArtistDashboardPage.tsx" -> "components/artist-dashboard/ArtistStatsCards.tsx";
  "pages/ArtistDashboardPage.tsx" -> "components/artist-dashboard/ArtistWorksTable.tsx";
  "pages/ArtistDashboardPage.tsx" -> "components/artist-dashboard/WorkForm.tsx";
  "pages/ArtistDashboardPage.tsx" -> "components/layout/PageHeader.tsx";
  "pages/ArtistDashboardPage.tsx" -> "components/layout/PageShell.tsx";
  "pages/ArtistDashboardPage.tsx" -> "components/ui/Button.tsx";
  "pages/ArtistDashboardPage.tsx" -> "components/ui/RoleGuard.tsx";
  "pages/ArtistDashboardPage.tsx" -> "lib/hooks/useAuth.ts";
  "pages/ArtistDashboardPage.tsx" -> "lib/services/artistWorkService.ts";
  "pages/ArtistDashboardPage.tsx" -> "types/music.ts";
  "pages/ArtistDashboardPlaceholder.tsx" -> "lib/constants/routes.ts";
  "pages/ArtistPage.tsx" -> "components/artist/ArtistHeader.tsx";
  "pages/ArtistPage.tsx" -> "components/artist/ArtistStatsPanel.tsx";
  "pages/ArtistPage.tsx" -> "components/artist/ArtistWorksList.tsx";
  "pages/ArtistPage.tsx" -> "lib/constants/plans.ts";
  "pages/ArtistPage.tsx" -> "lib/constants/routes.ts";
  "pages/ArtistPage.tsx" -> "lib/hooks/useAuth.ts";
  "pages/ArtistPage.tsx" -> "lib/services/artistService.ts";
  "pages/ArtistPage.tsx" -> "lib/services/userService.ts";
  "pages/ArtistPage.tsx" -> "types/user.ts";
  "pages/EditProfilePage.tsx" -> "components/layout/PageHeader.tsx";
  "pages/EditProfilePage.tsx" -> "components/layout/PageShell.tsx";
  "pages/EditProfilePage.tsx" -> "components/profile/EditProfileForm.tsx";
  "pages/EditProfilePage.tsx" -> "lib/constants/routes.ts";
  "pages/EditProfilePage.tsx" -> "lib/hooks/useAuth.ts";
  "pages/EditProfilePage.tsx" -> "lib/services/userService.ts";
  "pages/ForgotPasswordPage.tsx" -> "components/auth/ForgotPasswordForm.tsx";
  "pages/HomePage.tsx" -> "components/home/AlbumCard.tsx";
  "pages/HomePage.tsx" -> "components/home/EarlyAccessBanner.tsx";
  "pages/HomePage.tsx" -> "components/home/HorizontalCardScroller.tsx";
  "pages/HomePage.tsx" -> "components/home/PlaylistCard.tsx";
  "pages/HomePage.tsx" -> "components/home/SectionHeading.tsx";
  "pages/HomePage.tsx" -> "components/home/SongRow.tsx";
  "pages/HomePage.tsx" -> "lib/constants/routes.ts";
  "pages/HomePage.tsx" -> "lib/hooks/useAuth.ts";
-   "pages/HomePage.tsx" -> "lib/services/storage.ts";
+   "pages/HomePage.tsx" -> "lib/services/musicService.ts";
  "pages/LoginPage.tsx" -> "components/auth/LoginForm.tsx";
  "pages/NotificationsPage.tsx" -> "components/layout/PageHeader.tsx";
  "pages/NotificationsPage.tsx" -> "components/layout/PageShell.tsx";
  "pages/NotificationsPage.tsx" -> "components/notifications/EmptyNotificationsState.tsx";
  "pages/NotificationsPage.tsx" -> "components/notifications/NotificationList.tsx";
  "pages/NotificationsPage.tsx" -> "components/ui/Button.tsx";
  "pages/NotificationsPage.tsx" -> "lib/hooks/useAuth.ts";
  "pages/NotificationsPage.tsx" -> "lib/services/notificationService.ts";
  "pages/NotificationsPage.tsx" -> "types/notification.ts";
  "pages/PlayerPage.tsx" -> "lib/constants/routes.ts";
  "pages/PlayerPage.tsx" -> "lib/hooks/usePlayer.ts";
-   "pages/PlayerPage.tsx" -> "lib/services/storage.ts";
+   "pages/PlayerPage.tsx" -> "lib/services/musicService.ts";
  "pages/PlaylistsPage.tsx" -> "components/layout/PageHeader.tsx";
  "pages/PlaylistsPage.tsx" -> "components/playlists/CreatePlaylistModal.tsx";
  "pages/PlaylistsPage.tsx" -> "components/playlists/EmptyPlaylistState.tsx";
  "pages/PlaylistsPage.tsx" -> "components/playlists/PlaylistCardExpandable.tsx";
  "pages/PlaylistsPage.tsx" -> "components/ui/Button.tsx";
  "pages/PlaylistsPage.tsx" -> "lib/hooks/useAuth.ts";
+   "pages/PlaylistsPage.tsx" -> "lib/services/musicService.ts";
  "pages/PlaylistsPage.tsx" -> "lib/services/playlistService.ts";
-   "pages/PlaylistsPage.tsx" -> "lib/services/storage.ts";
  "pages/PlaylistsPage.tsx" -> "types/music.ts";
  "pages/ProfilePage.tsx" -> "components/profile/ProfileCard.tsx";
  "pages/ProfilePage.tsx" -> "lib/constants/routes.ts";
  "pages/ProfilePage.tsx" -> "lib/hooks/useAuth.ts";
  "pages/ProfilePage.tsx" -> "lib/services/userService.ts";
  "pages/ProfilePage.tsx" -> "types/user.ts";
  "pages/RegisterArtistPage.tsx" -> "components/auth/ArtistRegisterForm.tsx";
  "pages/RegisterPage.tsx" -> "components/auth/RegisterForm.tsx";
  "pages/SettingsPage.tsx" -> "components/layout/PageHeader.tsx";
  "pages/SettingsPage.tsx" -> "components/layout/PageShell.tsx";
  "pages/SettingsPage.tsx" -> "components/settings/DeleteAccountDialog.tsx";
  "pages/SettingsPage.tsx" -> "components/settings/LanguageSettings.tsx";
  "pages/SettingsPage.tsx" -> "components/settings/NotificationSettings.tsx";
  "pages/SettingsPage.tsx" -> "components/settings/SoundSettings.tsx";
  "pages/SettingsPage.tsx" -> "lib/constants/routes.ts";
  "pages/SettingsPage.tsx" -> "lib/hooks/useAuth.ts";
  "pages/SettingsPage.tsx" -> "lib/services/settingsService.ts";
  "pages/SettingsPage.tsx" -> "lib/services/userService.ts";
  "pages/SettingsPage.tsx" -> "types/user.ts";
  "pages/SubscriptionPage.tsx" -> "components/layout/PageHeader.tsx";
  "pages/SubscriptionPage.tsx" -> "components/layout/PageShell.tsx";
  "pages/SubscriptionPage.tsx" -> "components/subscription/PlanCard.tsx";
  "pages/SubscriptionPage.tsx" -> "components/subscription/PlanComparisonTable.tsx";
  "pages/SubscriptionPage.tsx" -> "components/subscription/UpgradeModal.tsx";
  "pages/SubscriptionPage.tsx" -> "lib/hooks/useAuth.ts";
  "pages/SubscriptionPage.tsx" -> "lib/services/subscriptionService.ts";
  "pages/SubscriptionPage.tsx" -> "lib/services/userService.ts";
  "pages/SubscriptionPage.tsx" -> "types/subscription.ts";
  "types/artist.ts" -> "types/music.ts";
  "types/artist.ts" -> "types/user.ts";
  "types/subscription.ts" -> "types/user.ts";
}
